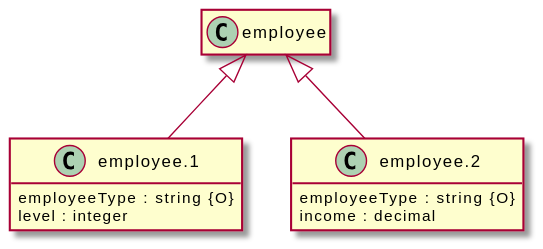
Before: src/docs/tests/any-of-anon-class-level.puml.svg, a diagram exported from PlantUML (davidmoten/openapi-to-plantuml).
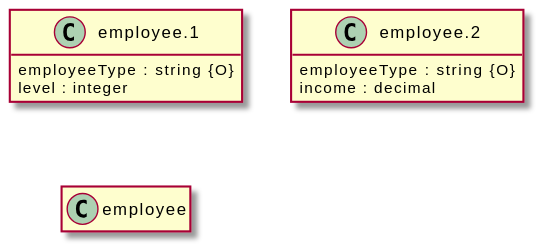
After the commit.

The edit, as a diff of the source:
```diff
@@ -4,25 +4,17 @@
 hide empty fields
 set namespaceSeparator none
 
-class "employee" {
-}
-
-
-
 class "employee.1" {
   employeeType : string {O}
   level : integer
 }
-
-
 
 class "employee.2" {
   employeeType : string {O}
   income : decimal
 }
 
-"employee" <|-- "employee.1"
-
-"employee" <|-- "employee.2"
+class "employee" {
+}
 
 @enduml
```
